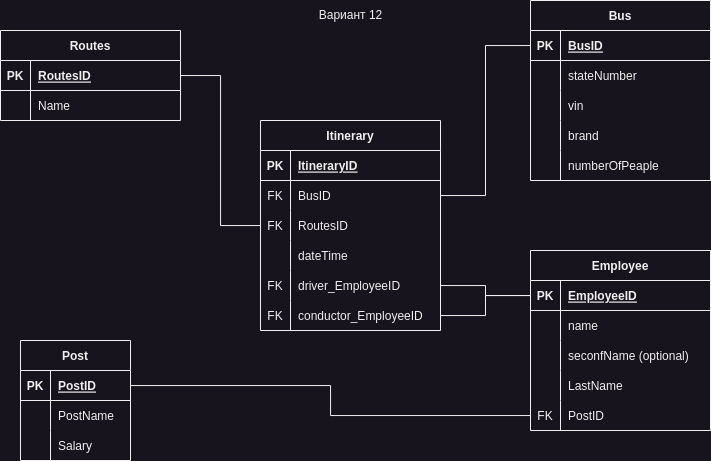
Before: Schema.drawio.png, a diagram exported from draw.io (mesor21/Course_Progect_DB). Source tidied: cells renumbered, new cells last; positions are measured from the earlier drawing's top-left corner, leaving out a move shared by most shapes.
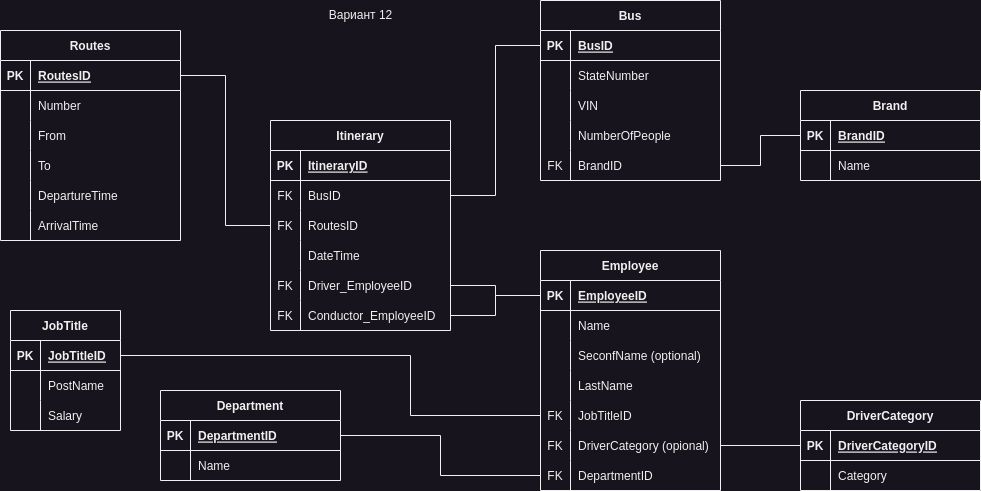
Later version of the same file.

Diff of the diagram source:
```diff
@@ -3,7 +3,7 @@
     <mxCell id="0" />
     <mxCell id="1" parent="0" />
     <mxCell id="2" value="Employee" style="shape=table;startSize=30;rowLines=0;fontStyle=1;align=center;" parent="1" vertex="1">
-      <mxGeometry x="530" y="250" width="180" height="180" as="geometry" />
+      <mxGeometry x="530" y="250" width="180" height="240" as="geometry" />
     </mxCell>
     <mxCell id="3" style="shape=tableRow;horizontal=0;startSize=0;swimlaneHead=0;swimlaneBody=0;fillColor=none;points=[[0,0.5],[1,0.5]];portConstraint=eastwest;top=0;left=0;right=0;bottom=1;" parent="2" vertex="1">
       <mxGeometry y="30" width="180" height="30" as="geometry" />
@@ -20,7 +20,7 @@
     <mxCell id="7" style="shape=partialRectangle;fillColor=none;top=0;left=0;bottom=0;right=0;overflow=hidden;" parent="6" vertex="1">
       <mxGeometry width="30" height="30" as="geometry" />
     </mxCell>
-    <mxCell id="8" value="name" style="shape=partialRectangle;fillColor=none;top=0;left=0;bottom=0;right=0;align=left;spacingLeft=6;overflow=hidden;" parent="6" vertex="1">
+    <mxCell id="8" value="Name" style="shape=partialRectangle;fillColor=none;top=0;left=0;bottom=0;right=0;align=left;spacingLeft=6;overflow=hidden;" parent="6" vertex="1">
       <mxGeometry x="30" width="150" height="30" as="geometry" />
     </mxCell>
     <mxCell id="9" style="shape=tableRow;horizontal=0;startSize=0;swimlaneHead=0;swimlaneBody=0;fillColor=none;top=0;left=0;right=0;bottom=0;" parent="2" vertex="1">
@@ -29,7 +29,7 @@
     <mxCell id="10" style="shape=partialRectangle;fillColor=none;top=0;left=0;bottom=0;right=0;overflow=hidden;" parent="9" vertex="1">
       <mxGeometry width="30" height="30" as="geometry" />
     </mxCell>
-    <mxCell id="11" value="seconfName (optional)" style="shape=partialRectangle;fillColor=none;top=0;left=0;bottom=0;right=0;align=left;spacingLeft=6;overflow=hidden;" parent="9" vertex="1">
+    <mxCell id="11" value="SeconfName (optional)" style="shape=partialRectangle;fillColor=none;top=0;left=0;bottom=0;right=0;align=left;spacingLeft=6;overflow=hidden;" parent="9" vertex="1">
       <mxGeometry x="30" width="150" height="30" as="geometry" />
     </mxCell>
     <mxCell id="12" style="shape=tableRow;horizontal=0;startSize=0;swimlaneHead=0;swimlaneBody=0;fillColor=none;top=0;left=0;right=0;bottom=0;" parent="2" vertex="1">
@@ -47,11 +47,29 @@
     <mxCell id="16" value="FK" style="shape=partialRectangle;fillColor=none;top=0;left=0;bottom=0;right=0;overflow=hidden;" parent="15" vertex="1">
       <mxGeometry width="30" height="30" as="geometry" />
     </mxCell>
-    <mxCell id="17" value="PostID" style="shape=partialRectangle;fillColor=none;top=0;left=0;bottom=0;right=0;align=left;spacingLeft=6;overflow=hidden;" parent="15" vertex="1">
+    <mxCell id="17" value="JobTitleID" style="shape=partialRectangle;fillColor=none;top=0;left=0;bottom=0;right=0;align=left;spacingLeft=6;overflow=hidden;" parent="15" vertex="1">
       <mxGeometry x="30" width="150" height="30" as="geometry" />
     </mxCell>
+    <mxCell id="76" style="shape=tableRow;horizontal=0;startSize=0;swimlaneHead=0;swimlaneBody=0;fillColor=none;points=[[0,0.5],[1,0.5]];portConstraint=eastwest;top=0;left=0;right=0;bottom=0;" parent="2" vertex="1">
+      <mxGeometry y="180" width="180" height="30" as="geometry" />
+    </mxCell>
+    <mxCell id="77" value="FK" style="shape=partialRectangle;fillColor=none;top=0;left=0;bottom=0;right=0;overflow=hidden;" parent="76" vertex="1">
+      <mxGeometry width="30" height="30" as="geometry" />
+    </mxCell>
+    <mxCell id="78" value="DriverCategory (opional)" style="shape=partialRectangle;fillColor=none;top=0;left=0;bottom=0;right=0;align=left;spacingLeft=6;overflow=hidden;" parent="76" vertex="1">
+      <mxGeometry x="30" width="150" height="30" as="geometry" />
+    </mxCell>
+    <mxCell id="79" style="shape=tableRow;horizontal=0;startSize=0;swimlaneHead=0;swimlaneBody=0;fillColor=none;points=[[0,0.5],[1,0.5]];portConstraint=eastwest;top=0;left=0;right=0;bottom=0;" parent="2" vertex="1">
+      <mxGeometry y="210" width="180" height="30" as="geometry" />
+    </mxCell>
+    <mxCell id="80" value="FK" style="shape=partialRectangle;fillColor=none;top=0;left=0;bottom=0;right=0;overflow=hidden;" parent="79" vertex="1">
+      <mxGeometry width="30" height="30" as="geometry" />
+    </mxCell>
+    <mxCell id="81" value="DepartmentID" style="shape=partialRectangle;fillColor=none;top=0;left=0;bottom=0;right=0;align=left;spacingLeft=6;overflow=hidden;" parent="79" vertex="1">
+      <mxGeometry x="30" width="150" height="30" as="geometry" />
+    </mxCell>
-    <mxCell id="18" value="Post" style="shape=table;startSize=30;rowLines=0;fontStyle=1;align=center;" parent="1" vertex="1">
-      <mxGeometry x="20" y="340" width="110" height="120" as="geometry" />
+    <mxCell id="18" value="JobTitle" style="shape=table;startSize=30;rowLines=0;fontStyle=1;align=center;" parent="1" vertex="1">
+      <mxGeometry y="310" width="110" height="120" as="geometry" />
     </mxCell>
     <mxCell id="19" style="shape=tableRow;horizontal=0;startSize=0;swimlaneHead=0;swimlaneBody=0;fillColor=none;points=[[0,0.5],[1,0.5]];portConstraint=eastwest;top=0;left=0;right=0;bottom=1;" parent="18" vertex="1">
       <mxGeometry y="30" width="110" height="30" as="geometry" />
@@ -59,7 +77,7 @@
     <mxCell id="20" value="PK" style="shape=partialRectangle;fillColor=none;top=0;left=0;bottom=0;right=0;fontStyle=1;overflow=hidden;" parent="19" vertex="1">
       <mxGeometry width="30" height="30" as="geometry" />
     </mxCell>
-    <mxCell id="21" value="PostID" style="shape=partialRectangle;fillColor=none;top=0;left=0;bottom=0;right=0;align=left;spacingLeft=6;fontStyle=5;overflow=hidden;" parent="19" vertex="1">
+    <mxCell id="21" value="JobTitleID" style="shape=partialRectangle;fillColor=none;top=0;left=0;bottom=0;right=0;align=left;spacingLeft=6;fontStyle=5;overflow=hidden;" parent="19" vertex="1">
       <mxGeometry x="30" width="80" height="30" as="geometry" />
     </mxCell>
     <mxCell id="22" style="shape=tableRow;horizontal=0;startSize=0;swimlaneHead=0;swimlaneBody=0;fillColor=none;top=0;left=0;right=0;bottom=0;" parent="18" vertex="1">
@@ -81,7 +99,12 @@
       <mxGeometry x="30" width="80" height="30" as="geometry" />
     </mxCell>
     <mxCell id="28" style="edgeStyle=orthogonalEdgeStyle;rounded=0;jettySize=auto;html=1;endArrow=none;endFill=0;" parent="1" edge="1" source="19" target="15">
-      <mxGeometry relative="1" as="geometry" />
+      <mxGeometry relative="1" as="geometry">
+        <Array as="points">
+          <mxPoint x="400" y="355" />
+          <mxPoint x="400" y="415" />
+        </Array>
+      </mxGeometry>
     </mxCell>
     <mxCell id="29" value="Bus" style="shape=table;startSize=30;rowLines=0;fontStyle=1;align=center;" parent="1" vertex="1">
       <mxGeometry x="530" width="180" height="180" as="geometry" />
@@ -101,7 +124,7 @@
     <mxCell id="34" style="shape=partialRectangle;fillColor=none;top=0;left=0;bottom=0;right=0;overflow=hidden;" parent="33" vertex="1">
       <mxGeometry width="30" height="30" as="geometry" />
     </mxCell>
-    <mxCell id="35" value="stateNumber" style="shape=partialRectangle;fillColor=none;top=0;left=0;bottom=0;right=0;align=left;spacingLeft=6;overflow=hidden;" parent="33" vertex="1">
+    <mxCell id="35" value="StateNumber" style="shape=partialRectangle;fillColor=none;top=0;left=0;bottom=0;right=0;align=left;spacingLeft=6;overflow=hidden;" parent="33" vertex="1">
       <mxGeometry x="30" width="150" height="30" as="geometry" />
     </mxCell>
     <mxCell id="36" style="shape=tableRow;horizontal=0;startSize=0;swimlaneHead=0;swimlaneBody=0;fillColor=none;top=0;left=0;right=0;bottom=0;" parent="29" vertex="1">
@@ -110,29 +133,29 @@
     <mxCell id="37" style="shape=partialRectangle;fillColor=none;top=0;left=0;bottom=0;right=0;overflow=hidden;" parent="36" vertex="1">
       <mxGeometry width="30" height="30" as="geometry" />
     </mxCell>
-    <mxCell id="38" value="vin" style="shape=partialRectangle;fillColor=none;top=0;left=0;bottom=0;right=0;align=left;spacingLeft=6;overflow=hidden;" parent="36" vertex="1">
+    <mxCell id="38" value="VIN" style="shape=partialRectangle;fillColor=none;top=0;left=0;bottom=0;right=0;align=left;spacingLeft=6;overflow=hidden;" parent="36" vertex="1">
       <mxGeometry x="30" width="150" height="30" as="geometry" />
     </mxCell>
+    <mxCell id="42" style="shape=tableRow;horizontal=0;startSize=0;swimlaneHead=0;swimlaneBody=0;fillColor=none;top=0;left=0;right=0;bottom=0;" parent="29" vertex="1">
+      <mxGeometry y="120" width="180" height="30" as="geometry" />
+    </mxCell>
+    <mxCell id="43" style="shape=partialRectangle;fillColor=none;top=0;left=0;bottom=0;right=0;overflow=hidden;" parent="42" vertex="1">
+      <mxGeometry width="30" height="30" as="geometry" />
+    </mxCell>
+    <mxCell id="44" value="NumberOfPeople" style="shape=partialRectangle;fillColor=none;top=0;left=0;bottom=0;right=0;align=left;spacingLeft=6;overflow=hidden;" parent="42" vertex="1">
+      <mxGeometry x="30" width="150" height="30" as="geometry" />
+    </mxCell>
     <mxCell id="39" style="shape=tableRow;horizontal=0;startSize=0;swimlaneHead=0;swimlaneBody=0;fillColor=none;points=[[0,0.5],[1,0.5]];portConstraint=eastwest;top=0;left=0;right=0;bottom=0;" parent="29" vertex="1">
-      <mxGeometry y="120" width="180" height="30" as="geometry" />
+      <mxGeometry y="150" width="180" height="30" as="geometry" />
     </mxCell>
-    <mxCell id="40" style="shape=partialRectangle;fillColor=none;top=0;left=0;bottom=0;right=0;overflow=hidden;" parent="39" vertex="1">
+    <mxCell id="40" value="FK" style="shape=partialRectangle;fillColor=none;top=0;left=0;bottom=0;right=0;overflow=hidden;" parent="39" vertex="1">
       <mxGeometry width="30" height="30" as="geometry" />
     </mxCell>
-    <mxCell id="41" value="brand" style="shape=partialRectangle;fillColor=none;top=0;left=0;bottom=0;right=0;align=left;spacingLeft=6;overflow=hidden;" parent="39" vertex="1">
+    <mxCell id="41" value="BrandID" style="shape=partialRectangle;fillColor=none;top=0;left=0;bottom=0;right=0;align=left;spacingLeft=6;overflow=hidden;" parent="39" vertex="1">
       <mxGeometry x="30" width="150" height="30" as="geometry" />
     </mxCell>
-    <mxCell id="42" style="shape=tableRow;horizontal=0;startSize=0;swimlaneHead=0;swimlaneBody=0;fillColor=none;top=0;left=0;right=0;bottom=0;" parent="29" vertex="1">
-      <mxGeometry y="150" width="180" height="30" as="geometry" />
-    </mxCell>
-    <mxCell id="43" style="shape=partialRectangle;fillColor=none;top=0;left=0;bottom=0;right=0;overflow=hidden;" parent="42" vertex="1">
-      <mxGeometry width="30" height="30" as="geometry" />
-    </mxCell>
-    <mxCell id="44" value="numberOfPeaple" style="shape=partialRectangle;fillColor=none;top=0;left=0;bottom=0;right=0;align=left;spacingLeft=6;overflow=hidden;" parent="42" vertex="1">
-      <mxGeometry x="30" width="150" height="30" as="geometry" />
-    </mxCell>
     <mxCell id="45" value="Routes" style="shape=table;startSize=30;rowLines=0;fontStyle=1;align=center;" parent="1" vertex="1">
-      <mxGeometry y="30" width="180" height="90" as="geometry" />
+      <mxGeometry x="-10" y="30" width="180" height="210" as="geometry" />
     </mxCell>
     <mxCell id="46" style="shape=tableRow;horizontal=0;startSize=0;swimlaneHead=0;swimlaneBody=0;fillColor=none;points=[[0,0.5],[1,0.5]];portConstraint=eastwest;top=0;left=0;right=0;bottom=1;" parent="45" vertex="1">
       <mxGeometry y="30" width="180" height="30" as="geometry" />
@@ -149,9 +172,45 @@
     <mxCell id="50" style="shape=partialRectangle;fillColor=none;top=0;left=0;bottom=0;right=0;overflow=hidden;" parent="49" vertex="1">
       <mxGeometry width="30" height="30" as="geometry" />
     </mxCell>
-    <mxCell id="51" value="Name" style="shape=partialRectangle;fillColor=none;top=0;left=0;bottom=0;right=0;align=left;spacingLeft=6;overflow=hidden;" parent="49" vertex="1">
+    <mxCell id="51" value="Number" style="shape=partialRectangle;fillColor=none;top=0;left=0;bottom=0;right=0;align=left;spacingLeft=6;overflow=hidden;" parent="49" vertex="1">
       <mxGeometry x="30" width="150" height="30" as="geometry" />
     </mxCell>
+    <mxCell id="82" style="shape=tableRow;horizontal=0;startSize=0;swimlaneHead=0;swimlaneBody=0;fillColor=none;top=0;left=0;right=0;bottom=0;" parent="45" vertex="1">
+      <mxGeometry y="90" width="180" height="30" as="geometry" />
+    </mxCell>
+    <mxCell id="83" style="shape=partialRectangle;fillColor=none;top=0;left=0;bottom=0;right=0;overflow=hidden;" parent="82" vertex="1">
+      <mxGeometry width="30" height="30" as="geometry" />
+    </mxCell>
+    <mxCell id="84" value="From" style="shape=partialRectangle;fillColor=none;top=0;left=0;bottom=0;right=0;align=left;spacingLeft=6;overflow=hidden;" parent="82" vertex="1">
+      <mxGeometry x="30" width="150" height="30" as="geometry" />
+    </mxCell>
+    <mxCell id="85" style="shape=tableRow;horizontal=0;startSize=0;swimlaneHead=0;swimlaneBody=0;fillColor=none;top=0;left=0;right=0;bottom=0;" parent="45" vertex="1">
+      <mxGeometry y="120" width="180" height="30" as="geometry" />
+    </mxCell>
+    <mxCell id="86" style="shape=partialRectangle;fillColor=none;top=0;left=0;bottom=0;right=0;overflow=hidden;" parent="85" vertex="1">
+      <mxGeometry width="30" height="30" as="geometry" />
+    </mxCell>
+    <mxCell id="87" value="To" style="shape=partialRectangle;fillColor=none;top=0;left=0;bottom=0;right=0;align=left;spacingLeft=6;overflow=hidden;" parent="85" vertex="1">
+      <mxGeometry x="30" width="150" height="30" as="geometry" />
+    </mxCell>
+    <mxCell id="88" style="shape=tableRow;horizontal=0;startSize=0;swimlaneHead=0;swimlaneBody=0;fillColor=none;top=0;left=0;right=0;bottom=0;" parent="45" vertex="1">
+      <mxGeometry y="150" width="180" height="30" as="geometry" />
+    </mxCell>
+    <mxCell id="89" style="shape=partialRectangle;fillColor=none;top=0;left=0;bottom=0;right=0;overflow=hidden;" parent="88" vertex="1">
+      <mxGeometry width="30" height="30" as="geometry" />
+    </mxCell>
+    <mxCell id="90" value="DepartureTime" style="shape=partialRectangle;fillColor=none;top=0;left=0;bottom=0;right=0;align=left;spacingLeft=6;overflow=hidden;" parent="88" vertex="1">
+      <mxGeometry x="30" width="150" height="30" as="geometry" />
+    </mxCell>
+    <mxCell id="91" style="shape=tableRow;horizontal=0;startSize=0;swimlaneHead=0;swimlaneBody=0;fillColor=none;top=0;left=0;right=0;bottom=0;" parent="45" vertex="1">
+      <mxGeometry y="180" width="180" height="30" as="geometry" />
+    </mxCell>
+    <mxCell id="92" style="shape=partialRectangle;fillColor=none;top=0;left=0;bottom=0;right=0;overflow=hidden;" parent="91" vertex="1">
+      <mxGeometry width="30" height="30" as="geometry" />
+    </mxCell>
+    <mxCell id="93" value="ArrivalTime" style="shape=partialRectangle;fillColor=none;top=0;left=0;bottom=0;right=0;align=left;spacingLeft=6;overflow=hidden;" parent="91" vertex="1">
+      <mxGeometry x="30" width="150" height="30" as="geometry" />
+    </mxCell>
     <mxCell id="52" value="Itinerary" style="shape=table;startSize=30;rowLines=0;fontStyle=1;align=center;" parent="1" vertex="1">
       <mxGeometry x="260" y="120" width="180" height="210" as="geometry" />
     </mxCell>
@@ -188,7 +247,7 @@
     <mxCell id="63" style="shape=partialRectangle;fillColor=none;top=0;left=0;bottom=0;right=0;overflow=hidden;" parent="62" vertex="1">
       <mxGeometry width="30" height="30" as="geometry" />
     </mxCell>
-    <mxCell id="64" value="dateTime" style="shape=partialRectangle;fillColor=none;top=0;left=0;bottom=0;right=0;align=left;spacingLeft=6;overflow=hidden;" parent="62" vertex="1">
+    <mxCell id="64" value="DateTime" style="shape=partialRectangle;fillColor=none;top=0;left=0;bottom=0;right=0;align=left;spacingLeft=6;overflow=hidden;" parent="62" vertex="1">
       <mxGeometry x="30" width="150" height="30" as="geometry" />
     </mxCell>
     <mxCell id="65" style="shape=tableRow;horizontal=0;startSize=0;swimlaneHead=0;swimlaneBody=0;fillColor=none;points=[[0,0.5],[1,0.5]];portConstraint=eastwest;top=0;left=0;right=0;bottom=0;" parent="52" vertex="1">
@@ -197,7 +256,7 @@
     <mxCell id="66" value="FK" style="shape=partialRectangle;fillColor=none;top=0;left=0;bottom=0;right=0;overflow=hidden;" parent="65" vertex="1">
       <mxGeometry width="30" height="30" as="geometry" />
     </mxCell>
-    <mxCell id="67" value="driver_EmployeeID" style="shape=partialRectangle;fillColor=none;top=0;left=0;bottom=0;right=0;align=left;spacingLeft=6;overflow=hidden;" parent="65" vertex="1">
+    <mxCell id="67" value="Driver_EmployeeID" style="shape=partialRectangle;fillColor=none;top=0;left=0;bottom=0;right=0;align=left;spacingLeft=6;overflow=hidden;" parent="65" vertex="1">
       <mxGeometry x="30" width="150" height="30" as="geometry" />
     </mxCell>
     <mxCell id="68" style="shape=tableRow;horizontal=0;startSize=0;swimlaneHead=0;swimlaneBody=0;fillColor=none;points=[[0,0.5],[1,0.5]];portConstraint=eastwest;top=0;left=0;right=0;bottom=0;" parent="52" vertex="1">
@@ -206,7 +265,7 @@
     <mxCell id="69" value="FK" style="shape=partialRectangle;fillColor=none;top=0;left=0;bottom=0;right=0;overflow=hidden;" parent="68" vertex="1">
       <mxGeometry width="30" height="30" as="geometry" />
     </mxCell>
-    <mxCell id="70" value="conductor_EmployeeID" style="shape=partialRectangle;fillColor=none;top=0;left=0;bottom=0;right=0;align=left;spacingLeft=6;overflow=hidden;" parent="68" vertex="1">
+    <mxCell id="70" value="Conductor_EmployeeID" style="shape=partialRectangle;fillColor=none;top=0;left=0;bottom=0;right=0;align=left;spacingLeft=6;overflow=hidden;" parent="68" vertex="1">
       <mxGeometry x="30" width="150" height="30" as="geometry" />
     </mxCell>
     <mxCell id="71" style="edgeStyle=orthogonalEdgeStyle;rounded=0;jettySize=auto;html=1;endArrow=none;endFill=0;" parent="1" edge="1" source="30" target="56">
@@ -224,5 +283,77 @@
     <mxCell id="75" value="Вариант 12" style="text;html=1;align=center;verticalAlign=middle;strokeColor=none;fillColor=none;" parent="1" vertex="1">
       <mxGeometry x="305" width="90" height="30" as="geometry" />
     </mxCell>
+    <mxCell id="94" style="edgeStyle=orthogonalEdgeStyle;rounded=0;jettySize=auto;html=1;endArrow=none;endFill=0;" parent="1" edge="1" source="95" target="76">
+      <mxGeometry relative="1" as="geometry" />
+    </mxCell>
+    <mxCell id="95" value="DriverCategory" style="shape=table;startSize=30;rowLines=0;fontStyle=1;align=center;" parent="1" vertex="1">
+      <mxGeometry x="790" y="400" width="180" height="90" as="geometry" />
+    </mxCell>
+    <mxCell id="96" style="shape=tableRow;horizontal=0;startSize=0;swimlaneHead=0;swimlaneBody=0;fillColor=none;top=0;left=0;right=0;bottom=1;" parent="95" vertex="1">
+      <mxGeometry y="30" width="180" height="30" as="geometry" />
+    </mxCell>
+    <mxCell id="97" value="PK" style="shape=partialRectangle;fillColor=none;top=0;left=0;bottom=0;right=0;fontStyle=1;overflow=hidden;" parent="96" vertex="1">
+      <mxGeometry width="30" height="30" as="geometry" />
+    </mxCell>
+    <mxCell id="98" value="DriverCategoryID" style="shape=partialRectangle;fillColor=none;top=0;left=0;bottom=0;right=0;align=left;spacingLeft=6;fontStyle=5;overflow=hidden;" parent="96" vertex="1">
+      <mxGeometry x="30" width="150" height="30" as="geometry" />
+    </mxCell>
+    <mxCell id="99" style="shape=tableRow;horizontal=0;startSize=0;swimlaneHead=0;swimlaneBody=0;fillColor=none;top=0;left=0;right=0;bottom=0;" parent="95" vertex="1">
+      <mxGeometry y="60" width="180" height="30" as="geometry" />
+    </mxCell>
+    <mxCell id="100" style="shape=partialRectangle;fillColor=none;top=0;left=0;bottom=0;right=0;overflow=hidden;" parent="99" vertex="1">
+      <mxGeometry width="30" height="30" as="geometry" />
+    </mxCell>
+    <mxCell id="101" value="Category" style="shape=partialRectangle;fillColor=none;top=0;left=0;bottom=0;right=0;align=left;spacingLeft=6;overflow=hidden;" parent="99" vertex="1">
+      <mxGeometry x="30" width="150" height="30" as="geometry" />
+    </mxCell>
+    <mxCell id="102" value="Brand" style="shape=table;startSize=30;rowLines=0;fontStyle=1;align=center;" parent="1" vertex="1">
+      <mxGeometry x="790" y="90" width="180" height="90" as="geometry" />
+    </mxCell>
+    <mxCell id="103" style="shape=tableRow;horizontal=0;startSize=0;swimlaneHead=0;swimlaneBody=0;fillColor=none;points=[[0,0.5],[1,0.5]];portConstraint=eastwest;top=0;left=0;right=0;bottom=1;" parent="102" vertex="1">
+      <mxGeometry y="30" width="180" height="30" as="geometry" />
+    </mxCell>
+    <mxCell id="104" value="PK" style="shape=partialRectangle;fillColor=none;top=0;left=0;bottom=0;right=0;fontStyle=1;overflow=hidden;" parent="103" vertex="1">
+      <mxGeometry width="30" height="30" as="geometry" />
+    </mxCell>
+    <mxCell id="105" value="BrandID" style="shape=partialRectangle;fillColor=none;top=0;left=0;bottom=0;right=0;align=left;spacingLeft=6;fontStyle=5;overflow=hidden;" parent="103" vertex="1">
+      <mxGeometry x="30" width="150" height="30" as="geometry" />
+    </mxCell>
+    <mxCell id="106" style="shape=tableRow;horizontal=0;startSize=0;swimlaneHead=0;swimlaneBody=0;fillColor=none;top=0;left=0;right=0;bottom=0;" parent="102" vertex="1">
+      <mxGeometry y="60" width="180" height="30" as="geometry" />
+    </mxCell>
+    <mxCell id="107" style="shape=partialRectangle;fillColor=none;top=0;left=0;bottom=0;right=0;overflow=hidden;" parent="106" vertex="1">
+      <mxGeometry width="30" height="30" as="geometry" />
+    </mxCell>
+    <mxCell id="108" value="Name" style="shape=partialRectangle;fillColor=none;top=0;left=0;bottom=0;right=0;align=left;spacingLeft=6;overflow=hidden;" parent="106" vertex="1">
+      <mxGeometry x="30" width="150" height="30" as="geometry" />
+    </mxCell>
+    <mxCell id="109" style="edgeStyle=orthogonalEdgeStyle;rounded=0;jettySize=auto;html=1;endArrow=none;endFill=0;" parent="1" edge="1" source="103" target="39">
+      <mxGeometry relative="1" as="geometry" />
+    </mxCell>
+    <mxCell id="110" value="Department" style="shape=table;startSize=30;rowLines=0;fontStyle=1;align=center;" parent="1" vertex="1">
+      <mxGeometry x="150" y="390" width="180" height="90" as="geometry" />
+    </mxCell>
+    <mxCell id="111" style="shape=tableRow;horizontal=0;startSize=0;swimlaneHead=0;swimlaneBody=0;fillColor=none;points=[[0,0.5],[1,0.5]];portConstraint=eastwest;top=0;left=0;right=0;bottom=1;" parent="110" vertex="1">
+      <mxGeometry y="30" width="180" height="30" as="geometry" />
+    </mxCell>
+    <mxCell id="112" value="PK" style="shape=partialRectangle;fillColor=none;top=0;left=0;bottom=0;right=0;fontStyle=1;overflow=hidden;" parent="111" vertex="1">
+      <mxGeometry width="30" height="30" as="geometry" />
+    </mxCell>
+    <mxCell id="113" value="DepartmentID" style="shape=partialRectangle;fillColor=none;top=0;left=0;bottom=0;right=0;align=left;spacingLeft=6;fontStyle=5;overflow=hidden;" parent="111" vertex="1">
+      <mxGeometry x="30" width="150" height="30" as="geometry" />
+    </mxCell>
+    <mxCell id="114" style="shape=tableRow;horizontal=0;startSize=0;swimlaneHead=0;swimlaneBody=0;fillColor=none;top=0;left=0;right=0;bottom=0;" parent="110" vertex="1">
+      <mxGeometry y="60" width="180" height="30" as="geometry" />
+    </mxCell>
+    <mxCell id="115" style="shape=partialRectangle;fillColor=none;top=0;left=0;bottom=0;right=0;overflow=hidden;" parent="114" vertex="1">
+      <mxGeometry width="30" height="30" as="geometry" />
+    </mxCell>
+    <mxCell id="116" value="Name" style="shape=partialRectangle;fillColor=none;top=0;left=0;bottom=0;right=0;align=left;spacingLeft=6;overflow=hidden;" parent="114" vertex="1">
+      <mxGeometry x="30" width="150" height="30" as="geometry" />
+    </mxCell>
+    <mxCell id="117" style="edgeStyle=orthogonalEdgeStyle;rounded=0;jettySize=auto;html=1;endArrow=none;endFill=0;" parent="1" edge="1" source="111" target="79">
+      <mxGeometry relative="1" as="geometry" />
+    </mxCell>
   </root>
 </mxGraphModel>
```
